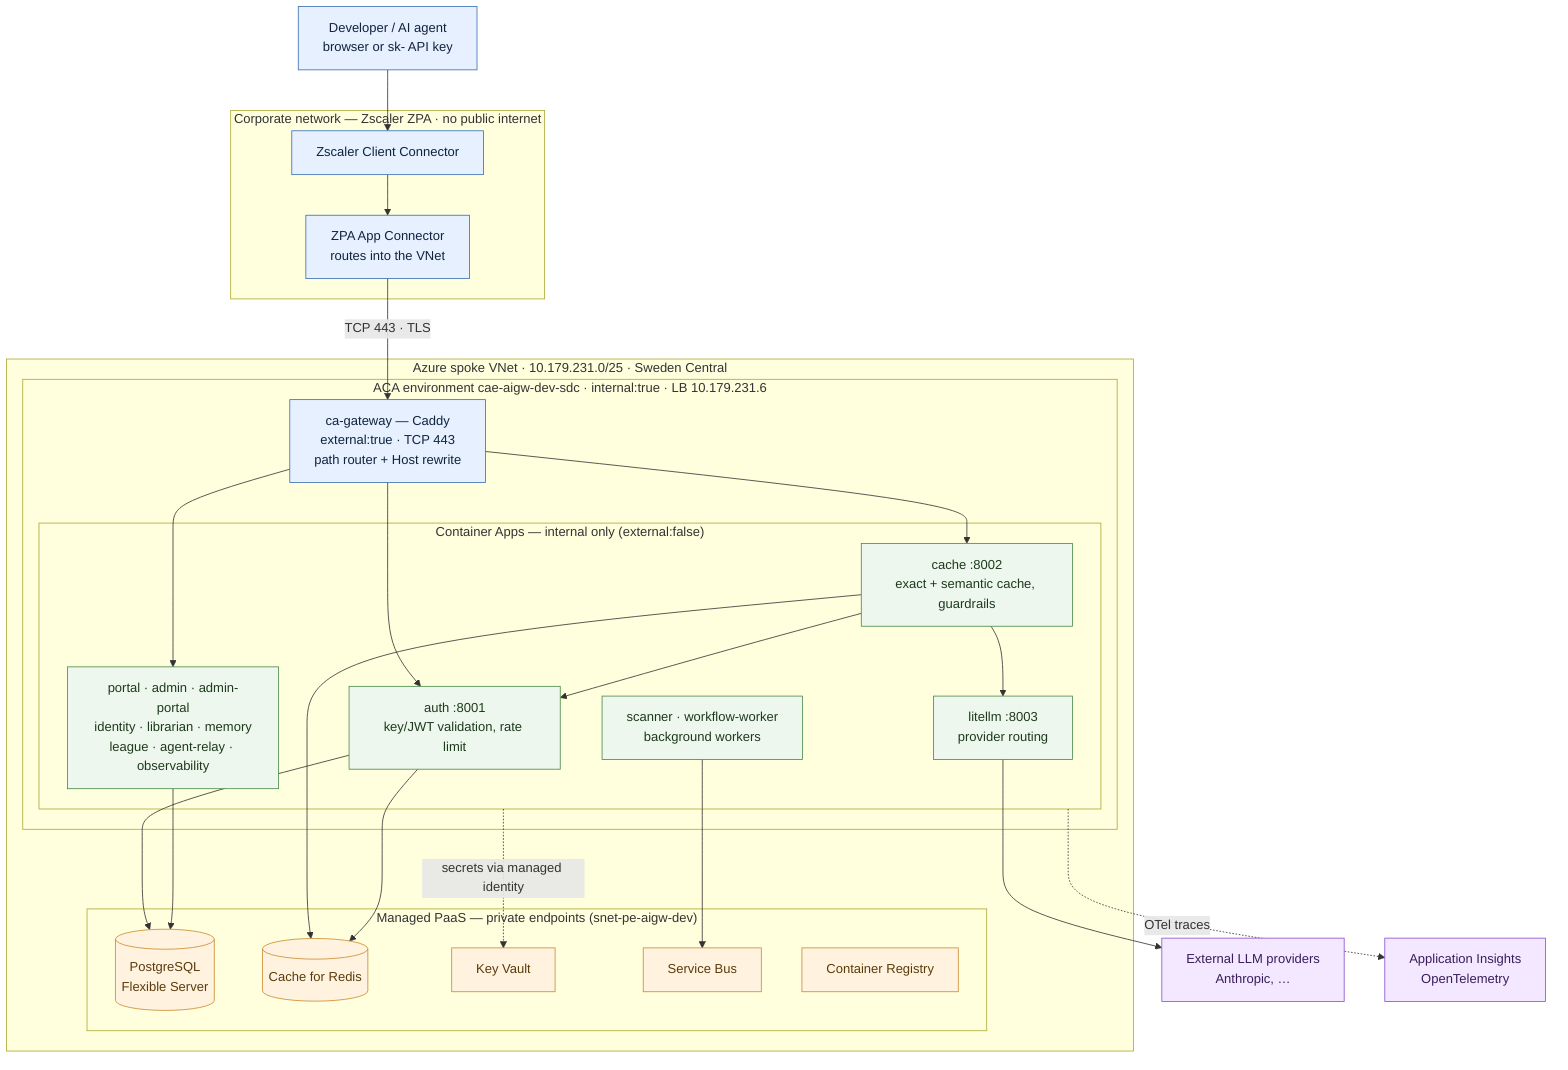
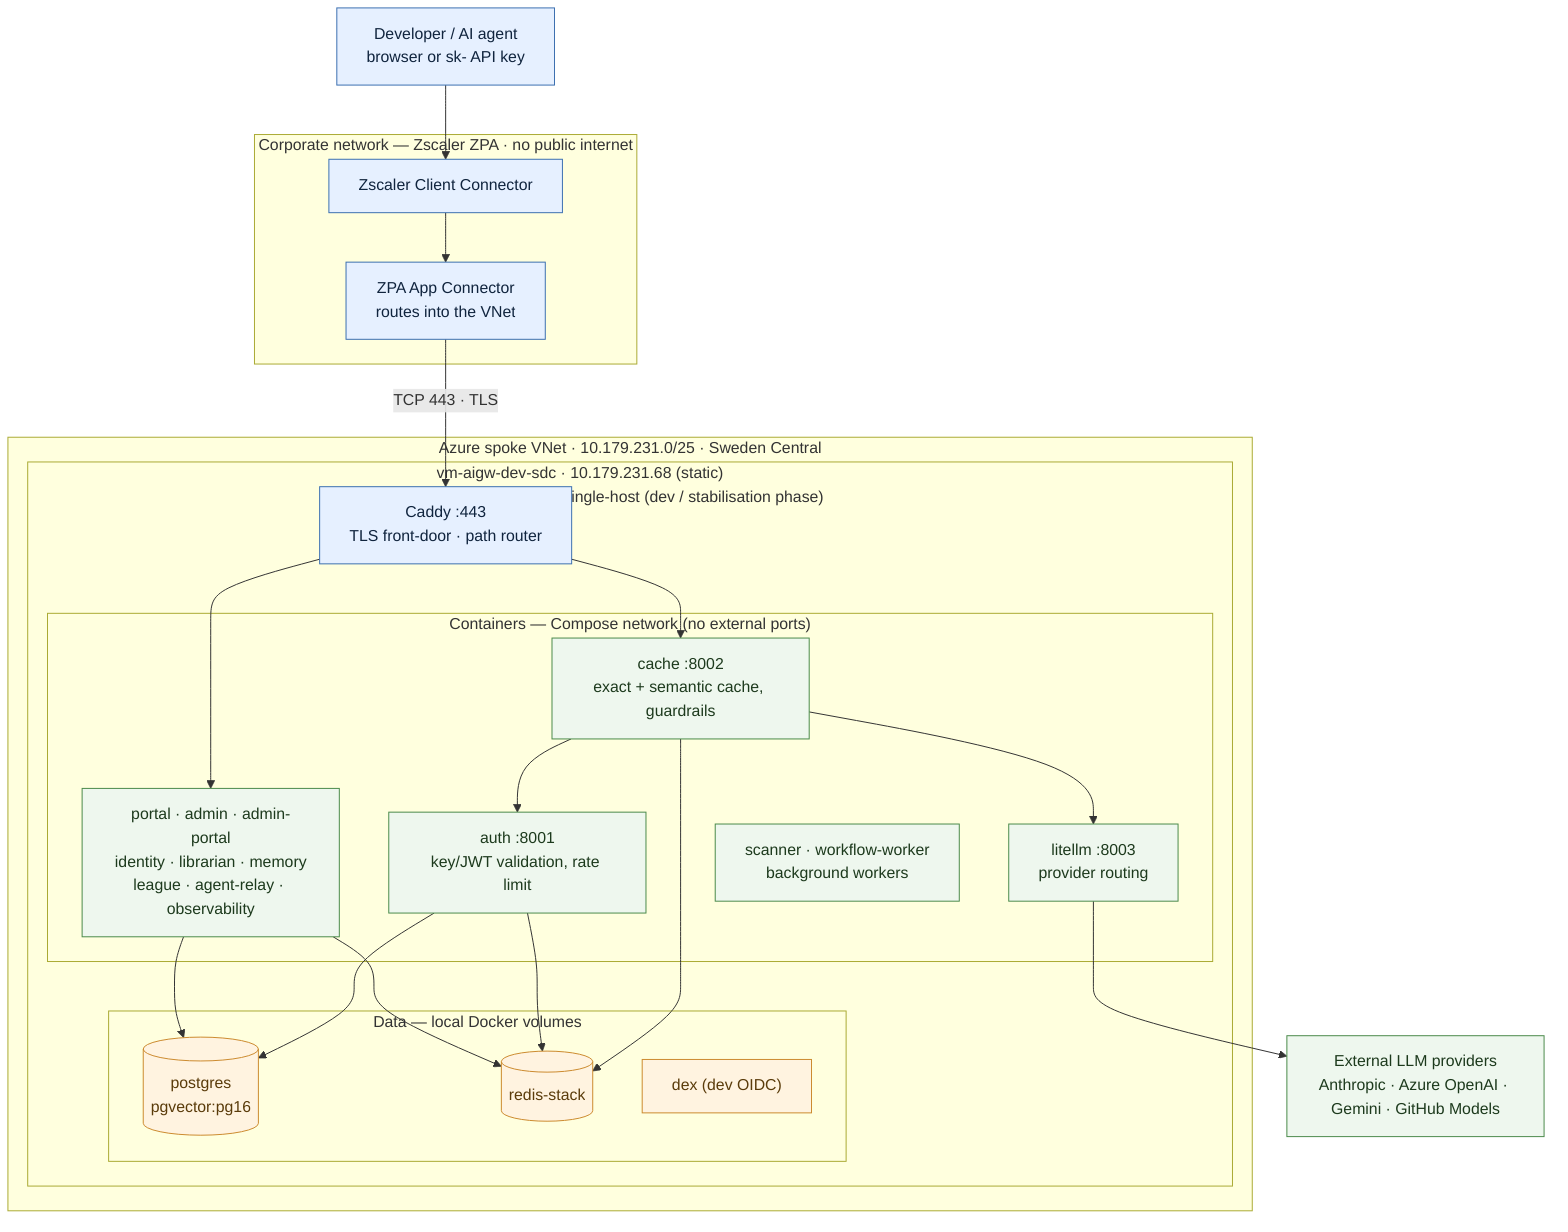
flowchart TB
-   dev["Developer / AI agent<br/>browser or sk- API key"]
+   dev["Developer / AI agent\nbrowser or sk- API key"]

  subgraph CORP["Corporate network — Zscaler ZPA · no public internet"]
    zcc["Zscaler Client Connector"]
-     zpa["ZPA App Connector<br/>routes into the VNet"]
+     zpa["ZPA App Connector\nroutes into the VNet"]
  end

  subgraph VNET["Azure spoke VNet · 10.179.231.0/25 · Sweden Central"]
-     subgraph ACA["ACA environment cae-aigw-dev-sdc · internal:true · LB 10.179.231.6"]
-       gw["ca-gateway — Caddy<br/>external:true · TCP 443<br/>path router + Host rewrite"]
-       subgraph SVC["Container Apps — internal only (external:false)"]
-         auth["auth :8001<br/>key/JWT validation, rate limit"]
-         cache["cache :8002<br/>exact + semantic cache, guardrails"]
-         litellm["litellm :8003<br/>provider routing"]
-         rest["portal · admin · admin-portal<br/>identity · librarian · memory<br/>league · agent-relay · observability"]
-         bg["scanner · workflow-worker<br/>background workers"]
+     subgraph VM["vm-aigw-dev-sdc · 10.179.231.68 (static)\nDocker Compose single-host (dev / stabilisation phase)"]
+       gw["Caddy :443\nTLS front-door · path router"]
+       subgraph SVC["Containers — Compose network (no external ports)"]
+         auth["auth :8001\nkey/JWT validation, rate limit"]
+         cache["cache :8002\nexact + semantic cache, guardrails"]
+         litellm["litellm :8003\nprovider routing"]
+         rest["portal · admin · admin-portal\nidentity · librarian · memory\nleague · agent-relay · observability"]
+         bg["scanner · workflow-worker\nbackground workers"]
      end
-     end
-     subgraph PAAS["Managed PaaS — private endpoints (snet-pe-aigw-dev)"]
-       pg[("PostgreSQL<br/>Flexible Server")]
-       redis[("Cache for Redis")]
-       kv["Key Vault"]
-       sb["Service Bus"]
-       acr["Container Registry"]
+       subgraph DATA["Data — local Docker volumes"]
+         pg[("postgres\npgvector:pg16")]
+         redis[("redis-stack")]
+         dex["dex (dev OIDC)"]
+       end
    end
  end

-   ext["External LLM providers<br/>Anthropic, …"]
-   appi["Application Insights<br/>OpenTelemetry"]
+   ext["External LLM providers\nAnthropic · Azure OpenAI · Gemini · GitHub Models"]

  dev --> zcc --> zpa -->|"TCP 443 · TLS"| gw
-   gw --> auth
  gw --> cache
  gw --> rest
  cache --> auth
  cache --> redis
  cache --> litellm
  litellm --> ext
-   auth --> pg
-   auth --> redis
-   rest --> pg
-   bg --> sb
-   SVC -. "secrets via managed identity" .-> kv
-   SVC -. "OTel traces" .-> appi
+   auth --> pg & redis
+   rest --> pg & redis

  classDef edge fill:#e6f0ff,stroke:#3b6fb0,color:#10243e;
  classDef svc fill:#eef7ee,stroke:#4a8a4a,color:#1d3a1d;
-   classDef paas fill:#fff3e0,stroke:#cc8a2e,color:#5a3b0a;
-   classDef obs fill:#f3e8ff,stroke:#8a52cc,color:#3a1d5a;
+   classDef data fill:#fff3e0,stroke:#cc8a2e,color:#5a3b0a;
  class dev,zcc,zpa,gw edge;
  class auth,cache,litellm,rest,bg svc;
-   class pg,redis,kv,sb,acr paas;
-   class appi obs;
-   class ext obs;
+   class pg,redis,dex data;
+   class ext svc;
